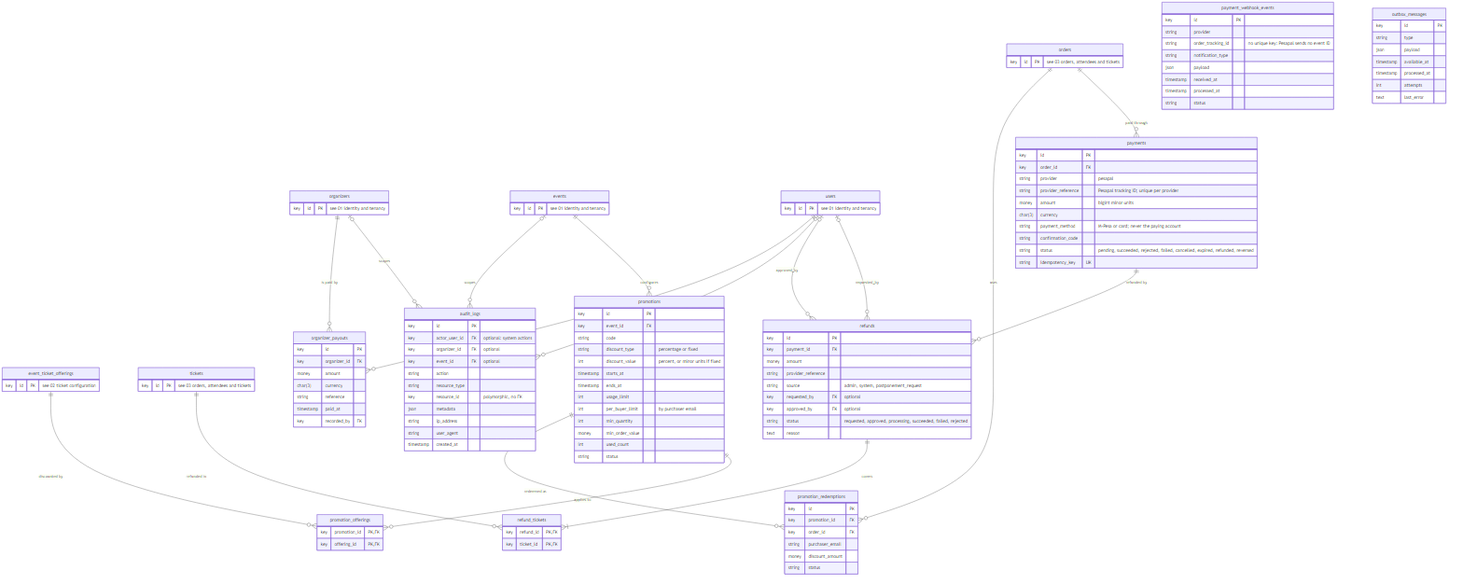
kreativesahara/ticket keeps this Mermaid diagram as doc/diagrams/erd/04-payments-promotions-and-operations.png. Above is the earlier version. Its source is kept beside it as doc/diagrams/erd/04-payments-promotions-and-operations.mmd. Its diagram source:
```mermaid
erDiagram
    organizers {
        key id PK "see 01 identity and tenancy"
    }
    events {
        key id PK "see 01 identity and tenancy"
    }
    users {
        key id PK "see 01 identity and tenancy"
    }
    event_ticket_offerings {
        key id PK "see 02 ticket configuration"
    }
    orders {
        key id PK "see 03 orders, attendees and tickets"
    }
    tickets {
        key id PK "see 03 orders, attendees and tickets"
    }
    payments {
        key id PK
        key order_id FK
        string provider "pesapal"
        string provider_reference "Pesapal tracking ID; unique per provider"
        money amount "bigint minor units"
        char(3) currency
        string payment_method "M-Pesa or card; never the paying account"
        string confirmation_code
        string status "pending, succeeded, rejected, failed, cancelled, expired, refunded, reversed"
        string idempotency_key UK
    }
    payment_webhook_events {
        key id PK
        string provider
        string order_tracking_id "no unique key: Pesapal sends no event ID"
        string notification_type
        json payload
        timestamp received_at
        timestamp processed_at
        string status
    }
    refunds {
        key id PK
        key payment_id FK
        money amount
        string provider_reference
        string source "admin, system, postponement_request"
        key requested_by FK "optional"
        key approved_by FK "optional"
        string status "requested, approved, processing, succeeded, failed, rejected"
        text reason
    }
    refund_tickets {
        key refund_id PK, FK
        key ticket_id PK, FK
    }
    promotions {
        key id PK
        key event_id FK
        string code
        string discount_type "percentage or fixed"
        int discount_value "percent, or minor units if fixed"
        timestamp starts_at
        timestamp ends_at
        int usage_limit
        int per_buyer_limit "by purchaser email"
        int min_quantity
        money min_order_value
        int used_count
        string status
    }
    promotion_offerings {
        key promotion_id PK, FK
        key offering_id PK, FK
    }
    promotion_redemptions {
        key id PK
        key promotion_id FK
        key order_id FK
        string purchaser_email
        money discount_amount
        string status
    }
    audit_logs {
        key id PK
        key actor_user_id FK "optional: system actions"
        key organizer_id FK "optional"
        key event_id FK "optional"
        string action
        string resource_type
        key resource_id "polymorphic, no FK"
        json metadata
        string ip_address
        string user_agent
        timestamp created_at
    }
    organizer_payouts {
        key id PK
        key organizer_id FK
        money amount
        char(3) currency
        string reference
        timestamp paid_at
        key recorded_by FK
    }
    outbox_messages {
        key id PK
        string type
        json payload
        timestamp available_at
        timestamp processed_at
        int attempts
        text last_error
    }

    orders ||--o{ payments : "paid through"
    payments ||--o{ refunds : "refunded by"
    refunds ||--|{ refund_tickets : "covers"
    tickets ||--o{ refund_tickets : "refunded in"
    users |o--o{ refunds : "requested_by"
    users |o--o{ refunds : "approved_by"
    events ||--o{ promotions : "configures"
    promotions ||--o{ promotion_offerings : "applies to"
    event_ticket_offerings ||--o{ promotion_offerings : "discounted by"
    promotions ||--o{ promotion_redemptions : "redeemed as"
    orders ||--o{ promotion_redemptions : "uses"
    users |o--o{ audit_logs : "acts in"
    organizers |o--o{ audit_logs : "scopes"
    events |o--o{ audit_logs : "scopes"
    organizers ||--o{ organizer_payouts : "is paid by"
    users ||--o{ organizer_payouts : "recorded_by"
```
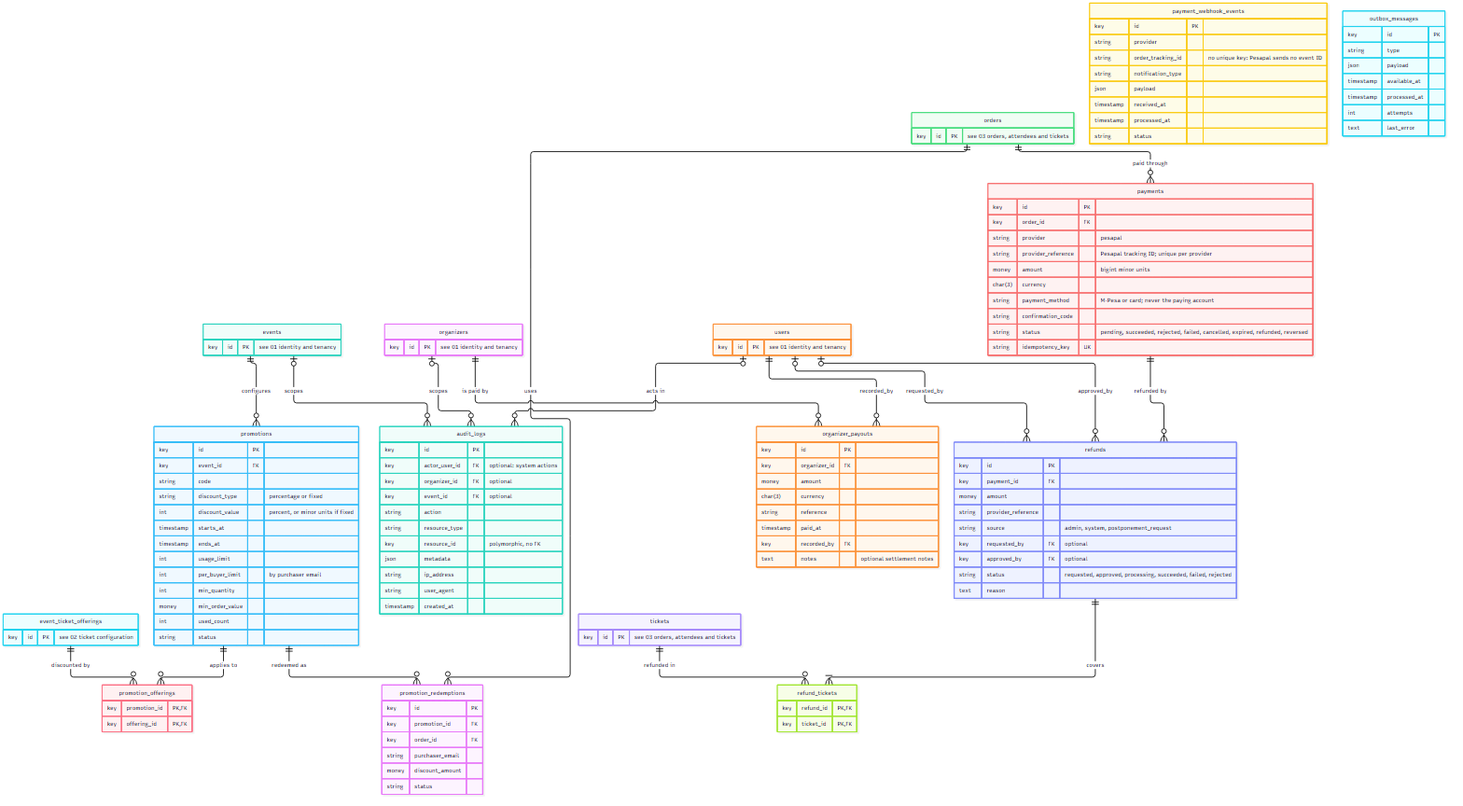
Later version of the same file.

Change to the diagram source:
```diff
@@ -102,6 +102,7 @@
         string reference
         timestamp paid_at
         key recorded_by FK
+        text notes "optional settlement notes"
     }
     outbox_messages {
         key id PK
```
